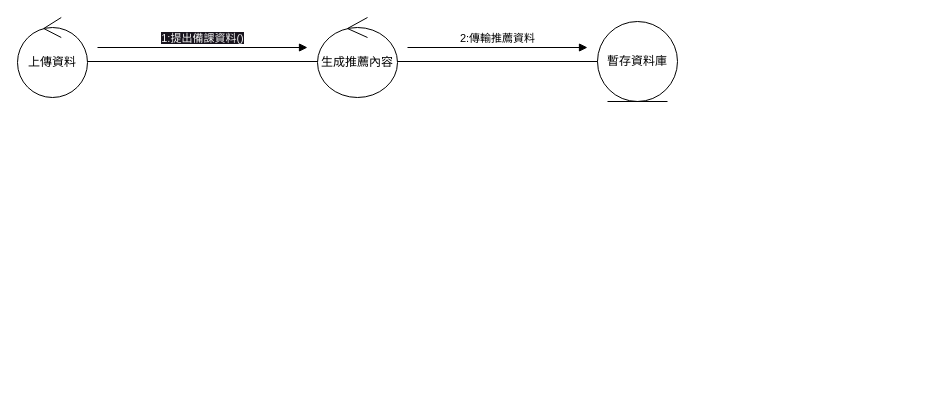
Above: page "老師身分" (1 of 2) of 溝通圖(建議資料).drawio in Kevincheng0804/System-analysis (draw.io), before the change. Source tidied: cells renumbered, new cells numbered last; positions are measured from the earlier drawing's top-left corner, leaving out a move shared by most shapes. Both pictures are drawn from the tidied source at 100%, with x=0, y=0 at pixel (17, 17).
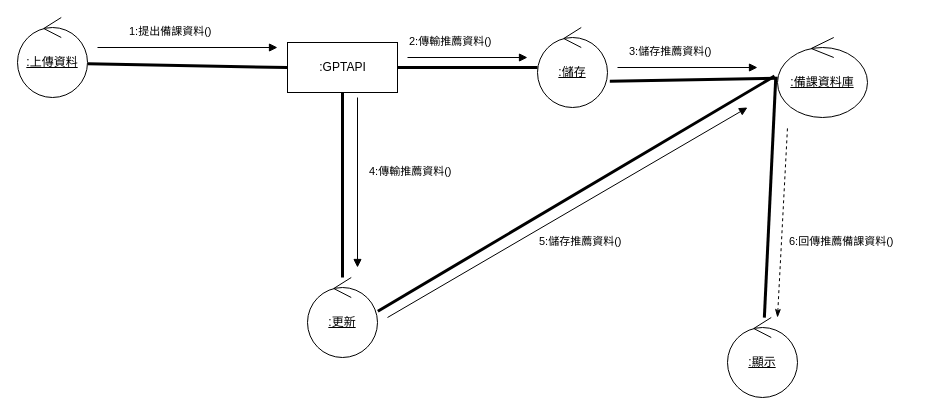
Above is the later version.

What changed in the source:
```diff
@@
-    <mxCell id="2" value="上傳資料" style="ellipse;shape=umlControl;whiteSpace=wrap;html=1;" parent="1" vertex="1">
+    <mxCell id="2" value="&lt;u&gt;:上傳資料&lt;/u&gt;" style="ellipse;shape=umlControl;whiteSpace=wrap;html=1;" parent="1" vertex="1">
       <mxGeometry width="70" height="80" as="geometry" />
     </mxCell>
-    <mxCell id="3" value="生成推薦內容" style="ellipse;shape=umlControl;whiteSpace=wrap;html=1;" parent="1" vertex="1">
-      <mxGeometry x="300" width="80" height="80" as="geometry" />
-    </mxCell>
-    <mxCell id="4" style="line;strokeWidth=1;fillColor=none;align=left;verticalAlign=middle;spacingTop=-1;spacingLeft=3;spacingRight=3;labelPosition=right;strokeColor=inherit;" parent="1" vertex="1">
-      <mxGeometry x="70" y="40" width="230" height="8" as="geometry" />
-    </mxCell>
+    <mxCell id="8" value="&lt;u&gt;:顯示&lt;/u&gt;" style="ellipse;shape=umlControl;whiteSpace=wrap;html=1;" parent="1" vertex="1">
+      <mxGeometry x="710" y="300" width="70" height="80" as="geometry" />
+    </mxCell>
+    <mxCell id="9" value="&lt;u&gt;:儲存&lt;/u&gt;" style="ellipse;shape=umlControl;whiteSpace=wrap;html=1;" parent="1" vertex="1">
+      <mxGeometry x="520" y="10" width="70" height="80" as="geometry" />
+    </mxCell>
+    <mxCell id="10" value="&lt;u&gt;:更新&lt;/u&gt;" style="ellipse;shape=umlControl;whiteSpace=wrap;html=1;" parent="1" vertex="1">
+      <mxGeometry x="290" y="260" width="70" height="80" as="geometry" />
+    </mxCell>
+    <mxCell id="11" value="&lt;u&gt;:備課資料庫&lt;br&gt;&lt;/u&gt;" style="ellipse;shape=umlControl;whiteSpace=wrap;html=1;" parent="1" vertex="1">
+      <mxGeometry x="760" y="20" width="90" height="80" as="geometry" />
+    </mxCell>
+    <mxCell id="12" value=":GPTAPI" style="html=1;" parent="1" vertex="1">
+      <mxGeometry x="270" y="25" width="110" height="50" as="geometry" />
+    </mxCell>
+    <mxCell id="13" style="endArrow=none;startArrow=none;endFill=0;startFill=0;endSize=8;html=1;verticalAlign=bottom;labelBackgroundColor=none;strokeWidth=3;rounded=0;exitX=1.005;exitY=0.579;exitDx=0;exitDy=0;exitPerimeter=0;entryX=0;entryY=0.5;entryDx=0;entryDy=0;" parent="1" edge="1" source="2" target="12">
+      <mxGeometry relative="1" as="geometry" />
+    </mxCell>
+    <mxCell id="14" style="html=1;verticalAlign=bottom;labelBackgroundColor=none;endArrow=block;endFill=1;rounded=0;" parent="1" edge="1">
+      <mxGeometry relative="1" as="geometry">
+        <mxPoint x="80" y="30" as="sourcePoint" />
+        <mxPoint x="260" y="30" as="targetPoint" />
+      </mxGeometry>
+    </mxCell>
+    <mxCell id="15" style="endArrow=none;startArrow=none;endFill=0;startFill=0;endSize=8;html=1;verticalAlign=bottom;labelBackgroundColor=none;strokeWidth=3;rounded=0;entryX=-0.019;entryY=0.492;entryDx=0;entryDy=0;entryPerimeter=0;" parent="1" edge="1" source="8" target="11">
+      <mxGeometry relative="1" as="geometry" />
+    </mxCell>
+    <mxCell id="16" style="endArrow=none;startArrow=none;endFill=0;startFill=0;endSize=8;html=1;verticalAlign=bottom;labelBackgroundColor=none;strokeWidth=3;rounded=0;entryX=1.005;entryY=0.421;entryDx=0;entryDy=0;entryPerimeter=0;exitX=-0.033;exitY=0.483;exitDx=0;exitDy=0;exitPerimeter=0;" parent="1" edge="1" source="11" target="10">
+      <mxGeometry relative="1" as="geometry" />
+    </mxCell>
+    <mxCell id="17" style="endArrow=none;startArrow=none;endFill=0;startFill=0;endSize=8;html=1;verticalAlign=bottom;labelBackgroundColor=none;strokeWidth=3;rounded=0;entryX=0.5;entryY=1;entryDx=0;entryDy=0;" parent="1" edge="1" source="10" target="12">
+      <mxGeometry relative="1" as="geometry" />
+    </mxCell>
+    <mxCell id="18" style="endArrow=none;startArrow=none;endFill=0;startFill=0;endSize=8;html=1;verticalAlign=bottom;labelBackgroundColor=none;strokeWidth=3;rounded=0;entryX=1.033;entryY=0.671;entryDx=0;entryDy=0;entryPerimeter=0;" parent="1" edge="1" source="11" target="9">
+      <mxGeometry relative="1" as="geometry" />
+    </mxCell>
+    <mxCell id="19" style="endArrow=none;startArrow=none;endFill=0;startFill=0;endSize=8;html=1;verticalAlign=bottom;labelBackgroundColor=none;strokeWidth=3;rounded=0;entryX=1;entryY=0.5;entryDx=0;entryDy=0;" parent="1" edge="1" source="9" target="12">
+      <mxGeometry relative="1" as="geometry" />
+    </mxCell>
+    <mxCell id="20" style="html=1;verticalAlign=bottom;labelBackgroundColor=none;endArrow=block;endFill=1;rounded=0;" parent="1" edge="1">
+      <mxGeometry relative="1" as="geometry">
+        <mxPoint x="390" y="40" as="sourcePoint" />
+        <mxPoint x="510" y="40" as="targetPoint" />
+      </mxGeometry>
+    </mxCell>
+    <mxCell id="21" style="html=1;verticalAlign=bottom;labelBackgroundColor=none;endArrow=block;endFill=1;rounded=0;" parent="1" edge="1">
+      <mxGeometry relative="1" as="geometry">
+        <mxPoint x="600" y="50" as="sourcePoint" />
+        <mxPoint x="740" y="50" as="targetPoint" />
+      </mxGeometry>
+    </mxCell>
+    <mxCell id="22" style="html=1;verticalAlign=bottom;labelBackgroundColor=none;endArrow=block;endFill=1;rounded=0;" parent="1" edge="1">
+      <mxGeometry relative="1" as="geometry">
+        <mxPoint x="340" y="80" as="sourcePoint" />
+        <mxPoint x="340" y="250" as="targetPoint" />
+      </mxGeometry>
+    </mxCell>
+    <mxCell id="23" style="html=1;verticalAlign=bottom;labelBackgroundColor=none;endArrow=block;endFill=1;rounded=0;" parent="1" edge="1">
+      <mxGeometry relative="1" as="geometry">
+        <mxPoint x="370" y="300" as="sourcePoint" />
+        <mxPoint x="730" y="90" as="targetPoint" />
+      </mxGeometry>
+    </mxCell>
+    <mxCell id="24" style="html=1;verticalAlign=bottom;endArrow=none;curved=0;rounded=0;startArrow=classicThin;startFill=1;endFill=0;dashed=1;" parent="1" edge="1">
+      <mxGeometry relative="1" as="geometry">
+        <mxPoint x="760" y="300" as="sourcePoint" />
+        <mxPoint x="770" y="110" as="targetPoint" />
+      </mxGeometry>
+    </mxCell>
-    <mxCell id="5" value="&lt;span style=&quot;color: rgb(240, 240, 240); background-color: rgb(24, 20, 29);&quot;&gt;1:提出備課資料()&lt;/span&gt;" style="html=1;verticalAlign=bottom;endArrow=block;curved=0;rounded=0;" parent="1" edge="1">
-      <mxGeometry relative="1" as="geometry">
-        <mxPoint x="80" y="30" as="sourcePoint" />
-        <mxPoint x="290" y="30" as="targetPoint" />
-      </mxGeometry>
+    <mxCell id="5" value="&lt;span style=&quot;color: rgb(0, 0, 0); font-family: Helvetica; font-size: 11px; font-style: normal; font-variant-ligatures: normal; font-variant-caps: normal; font-weight: 400; letter-spacing: normal; orphans: 2; text-align: center; text-indent: 0px; text-transform: none; widows: 2; word-spacing: 0px; -webkit-text-stroke-width: 0px; background-color: rgb(255, 255, 255); text-decoration-thickness: initial; text-decoration-style: initial; text-decoration-color: initial; float: none; display: inline !important;&quot;&gt;1:提出備課資料()&lt;/span&gt;" style="text;whiteSpace=wrap;html=1;" parent="1" vertex="1">
+      <mxGeometry x="110" width="120" height="40" as="geometry" />
     </mxCell>
-    <mxCell id="6" value="暫存資料庫" style="ellipse;shape=umlEntity;whiteSpace=wrap;html=1;" parent="1" vertex="1">
-      <mxGeometry x="580" y="4" width="80" height="80" as="geometry" />
-    </mxCell>
-    <mxCell id="7" style="line;strokeWidth=1;fillColor=none;align=left;verticalAlign=middle;spacingTop=-1;spacingLeft=3;spacingRight=3;labelPosition=right;strokeColor=inherit;" parent="1" vertex="1">
-      <mxGeometry x="380" y="40" width="200" height="8" as="geometry" />
-    </mxCell>
-    <mxCell id="8" value="2:傳輸推薦資料" style="html=1;verticalAlign=bottom;endArrow=block;curved=0;rounded=0;" parent="1" edge="1">
-      <mxGeometry relative="1" as="geometry">
-        <mxPoint x="390" y="30" as="sourcePoint" />
-        <mxPoint x="570" y="30" as="targetPoint" />
-      </mxGeometry>
-    </mxCell>
+    <mxCell id="25" value="&lt;span style=&quot;color: rgb(0, 0, 0); font-family: Helvetica; font-size: 11px; font-style: normal; font-variant-ligatures: normal; font-variant-caps: normal; font-weight: 400; letter-spacing: normal; orphans: 2; text-align: center; text-indent: 0px; text-transform: none; widows: 2; word-spacing: 0px; -webkit-text-stroke-width: 0px; background-color: rgb(255, 255, 255); text-decoration-thickness: initial; text-decoration-style: initial; text-decoration-color: initial; float: none; display: inline !important;&quot;&gt;2:傳輸推薦資料()&lt;/span&gt;" style="text;whiteSpace=wrap;html=1;" parent="1" vertex="1">
+      <mxGeometry x="390" y="10" width="120" height="40" as="geometry" />
+    </mxCell>
+    <mxCell id="26" value="&lt;span style=&quot;color: rgb(0, 0, 0); font-family: Helvetica; font-size: 11px; font-style: normal; font-variant-ligatures: normal; font-variant-caps: normal; font-weight: 400; letter-spacing: normal; orphans: 2; text-align: center; text-indent: 0px; text-transform: none; widows: 2; word-spacing: 0px; -webkit-text-stroke-width: 0px; background-color: rgb(255, 255, 255); text-decoration-thickness: initial; text-decoration-style: initial; text-decoration-color: initial; float: none; display: inline !important;&quot;&gt;3:儲存推薦資料()&lt;/span&gt;" style="text;whiteSpace=wrap;html=1;" parent="1" vertex="1">
+      <mxGeometry x="610" y="20" width="120" height="40" as="geometry" />
+    </mxCell>
+    <mxCell id="27" value="&lt;span style=&quot;color: rgb(0, 0, 0); font-family: Helvetica; font-size: 11px; font-style: normal; font-variant-ligatures: normal; font-variant-caps: normal; font-weight: 400; letter-spacing: normal; orphans: 2; text-align: center; text-indent: 0px; text-transform: none; widows: 2; word-spacing: 0px; -webkit-text-stroke-width: 0px; background-color: rgb(255, 255, 255); text-decoration-thickness: initial; text-decoration-style: initial; text-decoration-color: initial; float: none; display: inline !important;&quot;&gt;4:傳輸推薦資料()&lt;/span&gt;" style="text;whiteSpace=wrap;html=1;" parent="1" vertex="1">
+      <mxGeometry x="350" y="140" width="120" height="40" as="geometry" />
+    </mxCell>
+    <mxCell id="28" value="&lt;span style=&quot;color: rgb(0, 0, 0); font-family: Helvetica; font-size: 11px; font-style: normal; font-variant-ligatures: normal; font-variant-caps: normal; font-weight: 400; letter-spacing: normal; orphans: 2; text-align: center; text-indent: 0px; text-transform: none; widows: 2; word-spacing: 0px; -webkit-text-stroke-width: 0px; background-color: rgb(255, 255, 255); text-decoration-thickness: initial; text-decoration-style: initial; text-decoration-color: initial; float: none; display: inline !important;&quot;&gt;5:儲存推薦資料()&lt;/span&gt;" style="text;whiteSpace=wrap;html=1;" parent="1" vertex="1">
+      <mxGeometry x="520" y="210" width="120" height="40" as="geometry" />
+    </mxCell>
+    <mxCell id="29" value="&lt;span style=&quot;color: rgb(0, 0, 0); font-family: Helvetica; font-size: 11px; font-style: normal; font-variant-ligatures: normal; font-variant-caps: normal; font-weight: 400; letter-spacing: normal; orphans: 2; text-align: center; text-indent: 0px; text-transform: none; widows: 2; word-spacing: 0px; -webkit-text-stroke-width: 0px; background-color: rgb(255, 255, 255); text-decoration-thickness: initial; text-decoration-style: initial; text-decoration-color: initial; float: none; display: inline !important;&quot;&gt;6:回傳推薦備課資料()&lt;/span&gt;" style="text;whiteSpace=wrap;html=1;" parent="1" vertex="1">
+      <mxGeometry x="770" y="210" width="140" height="40" as="geometry" />
+    </mxCell>
```
